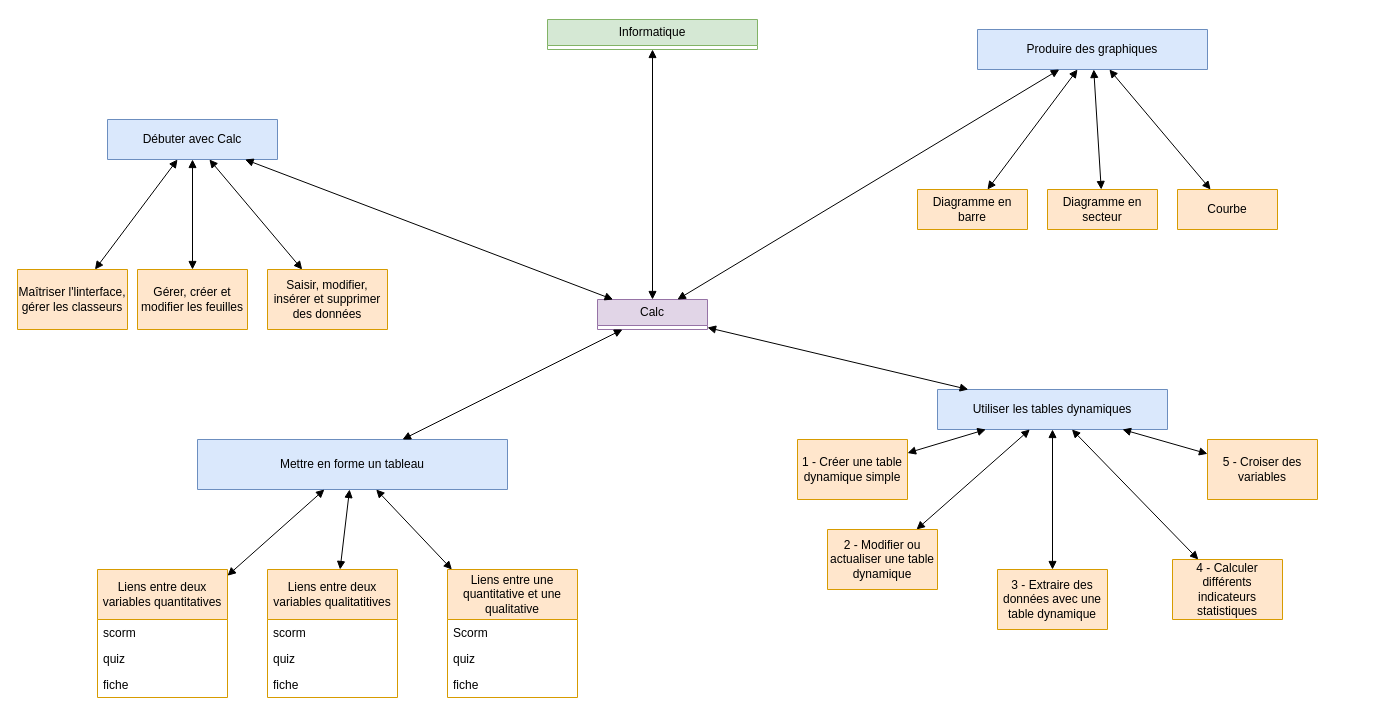
Earlier version of the draw.io diagram Calc.drawio (jean-seb-2106/pythontest). Source tidied: cells renumbered, new cells numbered last; positions are measured from the earlier drawing's top-left corner, leaving out a move shared by most shapes. Both pictures are drawn from the tidied source at 100%, with x=0, y=0 at pixel (17, 19).
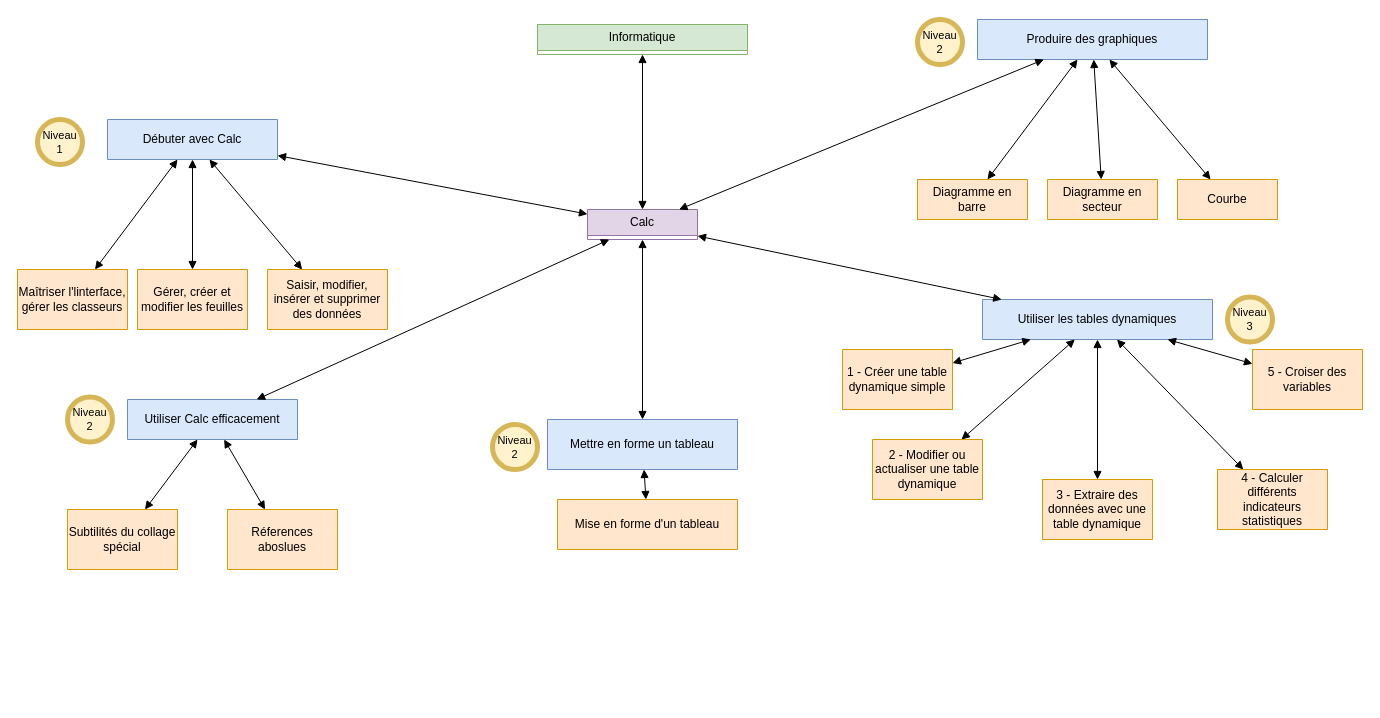
The same diagram, later.

Commit message (it also covers changes not shown here):
Mettre à jour Calc.drawio

The edit, as a diff of the source:
```diff
@@
     <mxCell id="2" value="Calc" style="swimlane;fontStyle=0;horizontal=1;startSize=26;fillColor=#e1d5e7;whiteSpace=wrap;html=1;strokeColor=#9673a6;" parent="1" vertex="1" collapsed="1">
-      <mxGeometry x="580" y="280" width="110" height="30" as="geometry" />
+      <mxGeometry x="570" y="190" width="110" height="30" as="geometry" />
     </mxCell>
@@
     <mxCell id="4" value="Informatique" style="swimlane;fontStyle=0;horizontal=1;startSize=26;fillColor=#d5e8d4;whiteSpace=wrap;html=1;strokeColor=#82b366;" parent="1" vertex="1" collapsed="1">
-      <mxGeometry x="530" width="210" height="30" as="geometry" />
+      <mxGeometry x="520" y="5" width="210" height="30" as="geometry" />
     </mxCell>
@@
     <mxCell id="7" value="Mettre en forme un tableau" style="swimlane;fontStyle=0;horizontal=1;startSize=50;fillColor=#dae8fc;whiteSpace=wrap;html=1;strokeColor=#6c8ebf;" parent="1" vertex="1" collapsed="1">
-      <mxGeometry x="180" y="420" width="310" height="50" as="geometry" />
+      <mxGeometry x="530" y="400" width="190" height="50" as="geometry" />
     </mxCell>
     <mxCell id="8" value="Produire des graphiques" style="swimlane;fontStyle=0;horizontal=1;startSize=40;fillColor=#dae8fc;whiteSpace=wrap;html=1;strokeColor=#6c8ebf;" parent="1" vertex="1" collapsed="1">
-      <mxGeometry x="960" y="10" width="230" height="40" as="geometry" />
+      <mxGeometry x="960" width="230" height="40" as="geometry" />
     </mxCell>
@@
-    <mxCell id="17" value="Liens entre deux variables quantitatives" style="swimlane;fontStyle=0;horizontal=1;startSize=50;fillColor=#ffe6cc;whiteSpace=wrap;html=1;strokeColor=#d79b00;" parent="1" vertex="1">
-      <mxGeometry x="80" y="550" width="130" height="128" as="geometry" />
-    </mxCell>
-    <mxCell id="18" value="scorm" style="text;strokeColor=none;fillColor=none;align=left;verticalAlign=top;spacingLeft=4;spacingRight=4;overflow=hidden;whiteSpace=wrap;html=1;" parent="17" vertex="1">
-      <mxGeometry y="50" width="130" height="26" as="geometry" />
-    </mxCell>
-    <mxCell id="19" value="quiz" style="text;strokeColor=none;fillColor=none;align=left;verticalAlign=top;spacingLeft=4;spacingRight=4;overflow=hidden;whiteSpace=wrap;html=1;" parent="17" vertex="1">
-      <mxGeometry y="76" width="130" height="26" as="geometry" />
-    </mxCell>
-    <mxCell id="20" value="fiche" style="text;strokeColor=none;fillColor=none;align=left;verticalAlign=top;spacingLeft=4;spacingRight=4;overflow=hidden;whiteSpace=wrap;html=1;" parent="17" vertex="1">
-      <mxGeometry y="102" width="130" height="26" as="geometry" />
-    </mxCell>
-    <mxCell id="21" value="Liens entre deux variables qualitatitives" style="swimlane;fontStyle=0;horizontal=1;startSize=50;fillColor=#ffe6cc;whiteSpace=wrap;html=1;strokeColor=#d79b00;" parent="1" vertex="1">
-      <mxGeometry x="250" y="550" width="130" height="128" as="geometry" />
+    <mxCell id="21" value="Mise en forme d'un tableau" style="swimlane;fontStyle=0;horizontal=1;startSize=50;fillColor=#ffe6cc;whiteSpace=wrap;html=1;strokeColor=#d79b00;" parent="1" vertex="1" collapsed="1">
+      <mxGeometry x="540" y="480" width="180" height="50" as="geometry" />
     </mxCell>
-    <mxCell id="22" value="scorm" style="text;strokeColor=none;fillColor=none;align=left;verticalAlign=top;spacingLeft=4;spacingRight=4;overflow=hidden;whiteSpace=wrap;html=1;" parent="21" vertex="1">
-      <mxGeometry y="50" width="130" height="26" as="geometry" />
-    </mxCell>
-    <mxCell id="23" value="quiz" style="text;strokeColor=none;fillColor=none;align=left;verticalAlign=top;spacingLeft=4;spacingRight=4;overflow=hidden;whiteSpace=wrap;html=1;" parent="21" vertex="1">
-      <mxGeometry y="76" width="130" height="26" as="geometry" />
-    </mxCell>
-    <mxCell id="24" value="fiche" style="text;strokeColor=none;fillColor=none;align=left;verticalAlign=top;spacingLeft=4;spacingRight=4;overflow=hidden;whiteSpace=wrap;html=1;" parent="21" vertex="1">
-      <mxGeometry y="102" width="130" height="26" as="geometry" />
-    </mxCell>
-    <mxCell id="25" value="Liens entre une quantitative et une qualitative" style="swimlane;fontStyle=0;horizontal=1;startSize=50;fillColor=#ffe6cc;whiteSpace=wrap;html=1;strokeColor=#d79b00;" parent="1" vertex="1">
-      <mxGeometry x="430" y="550" width="130" height="128" as="geometry" />
-    </mxCell>
-    <mxCell id="26" value="Scorm" style="text;strokeColor=none;fillColor=none;align=left;verticalAlign=top;spacingLeft=4;spacingRight=4;overflow=hidden;whiteSpace=wrap;html=1;" parent="25" vertex="1">
-      <mxGeometry y="50" width="130" height="26" as="geometry" />
-    </mxCell>
-    <mxCell id="27" value="quiz" style="text;strokeColor=none;fillColor=none;align=left;verticalAlign=top;spacingLeft=4;spacingRight=4;overflow=hidden;whiteSpace=wrap;html=1;" parent="25" vertex="1">
-      <mxGeometry y="76" width="130" height="26" as="geometry" />
-    </mxCell>
-    <mxCell id="28" value="fiche" style="text;strokeColor=none;fillColor=none;align=left;verticalAlign=top;spacingLeft=4;spacingRight=4;overflow=hidden;whiteSpace=wrap;html=1;" parent="25" vertex="1">
-      <mxGeometry y="102" width="130" height="26" as="geometry" />
-    </mxCell>
-    <mxCell id="29" style="endArrow=block;startArrow=block;endFill=1;startFill=1;html=1;rounded=0;" parent="1" edge="1" source="7" target="17">
-      <mxGeometry relative="1" as="geometry" />
-    </mxCell>
@@
-    <mxCell id="31" style="endArrow=block;startArrow=block;endFill=1;startFill=1;html=1;rounded=0;" parent="1" edge="1" source="7" target="25">
-      <mxGeometry relative="1" as="geometry" />
-    </mxCell>
     <mxCell id="32" value="Diagramme en barre" style="swimlane;fontStyle=0;horizontal=1;startSize=40;fillColor=#ffe6cc;whiteSpace=wrap;html=1;strokeColor=#d79b00;" parent="1" vertex="1" collapsed="1">
-      <mxGeometry x="900" y="170" width="110" height="40" as="geometry" />
+      <mxGeometry x="900" y="160" width="110" height="40" as="geometry" />
     </mxCell>
     <mxCell id="33" value="Diagramme en secteur" style="swimlane;fontStyle=0;horizontal=1;startSize=40;fillColor=#ffe6cc;whiteSpace=wrap;html=1;strokeColor=#d79b00;" parent="1" vertex="1" collapsed="1">
-      <mxGeometry x="1030" y="170" width="110" height="40" as="geometry" />
+      <mxGeometry x="1030" y="160" width="110" height="40" as="geometry" />
     </mxCell>
     <mxCell id="34" value="Courbe" style="swimlane;fontStyle=0;horizontal=1;startSize=40;fillColor=#ffe6cc;whiteSpace=wrap;html=1;strokeColor=#d79b00;" parent="1" vertex="1" collapsed="1">
-      <mxGeometry x="1160" y="170" width="100" height="40" as="geometry" />
+      <mxGeometry x="1160" y="160" width="100" height="40" as="geometry" />
     </mxCell>
@@
     <mxCell id="38" value="Utiliser les tables dynamiques" style="swimlane;fontStyle=0;horizontal=1;startSize=40;fillColor=#dae8fc;whiteSpace=wrap;html=1;strokeColor=#6c8ebf;" parent="1" vertex="1" collapsed="1">
-      <mxGeometry x="920" y="370" width="230" height="40" as="geometry" />
+      <mxGeometry x="965" y="280" width="230" height="40" as="geometry" />
     </mxCell>
     <mxCell id="39" value="1 - Créer une table dynamique simple" style="swimlane;fontStyle=0;horizontal=1;startSize=60;fillColor=#ffe6cc;whiteSpace=wrap;html=1;strokeColor=#d79b00;" parent="1" vertex="1" collapsed="1">
-      <mxGeometry x="780" y="420" width="110" height="60" as="geometry" />
+      <mxGeometry x="825" y="330" width="110" height="60" as="geometry" />
     </mxCell>
@@
     <mxCell id="44" value="2 - Modifier ou actualiser une table dynamique" style="swimlane;fontStyle=0;horizontal=1;startSize=60;fillColor=#ffe6cc;whiteSpace=wrap;html=1;strokeColor=#d79b00;" parent="1" vertex="1" collapsed="1">
-      <mxGeometry x="810" y="510" width="110" height="60" as="geometry" />
+      <mxGeometry x="855" y="420" width="110" height="60" as="geometry" />
     </mxCell>
     <mxCell id="45" value="3 - Extraire des données avec une table dynamique" style="swimlane;fontStyle=0;horizontal=1;startSize=60;fillColor=#ffe6cc;whiteSpace=wrap;html=1;strokeColor=#d79b00;" parent="1" vertex="1" collapsed="1">
-      <mxGeometry x="980" y="550" width="110" height="60" as="geometry" />
+      <mxGeometry x="1025" y="460" width="110" height="60" as="geometry" />
     </mxCell>
     <mxCell id="46" value="4 - Calculer différents indicateurs statistiques" style="swimlane;fontStyle=0;horizontal=1;startSize=60;fillColor=#ffe6cc;whiteSpace=wrap;html=1;strokeColor=#d79b00;" parent="1" vertex="1" collapsed="1">
-      <mxGeometry x="1155" y="540" width="110" height="60" as="geometry" />
+      <mxGeometry x="1200" y="450" width="110" height="60" as="geometry" />
     </mxCell>
     <mxCell id="47" value="5 - Croiser des variables" style="swimlane;fontStyle=0;horizontal=1;startSize=60;fillColor=#ffe6cc;whiteSpace=wrap;html=1;strokeColor=#d79b00;" parent="1" vertex="1" collapsed="1">
-      <mxGeometry x="1190" y="420" width="110" height="60" as="geometry" />
+      <mxGeometry x="1235" y="330" width="110" height="60" as="geometry" />
     </mxCell>
@@
+    <mxCell id="50" value="Utiliser Calc efficacement" style="swimlane;fontStyle=0;horizontal=1;startSize=40;fillColor=#dae8fc;whiteSpace=wrap;html=1;strokeColor=#6c8ebf;" parent="1" vertex="1" collapsed="1">
+      <mxGeometry x="110" y="380" width="170" height="40" as="geometry" />
+    </mxCell>
+    <mxCell id="51" style="endArrow=block;startArrow=block;endFill=1;startFill=1;html=1;rounded=0;" parent="1" edge="1" source="50" target="53">
+      <mxGeometry relative="1" as="geometry" />
+    </mxCell>
+    <mxCell id="52" style="endArrow=block;startArrow=block;endFill=1;startFill=1;html=1;rounded=0;" parent="1" edge="1" source="50" target="54">
+      <mxGeometry relative="1" as="geometry" />
+    </mxCell>
+    <mxCell id="53" value="Subtilités du collage spécial" style="swimlane;fontStyle=0;horizontal=1;startSize=60;fillColor=#ffe6cc;whiteSpace=wrap;html=1;strokeColor=#d79b00;" parent="1" vertex="1" collapsed="1">
+      <mxGeometry x="50" y="490" width="110" height="60" as="geometry" />
+    </mxCell>
+    <mxCell id="54" value="Réferences aboslues" style="swimlane;fontStyle=0;horizontal=1;startSize=60;fillColor=#ffe6cc;whiteSpace=wrap;html=1;strokeColor=#d79b00;" parent="1" vertex="1" collapsed="1">
+      <mxGeometry x="210" y="490" width="110" height="60" as="geometry" />
+    </mxCell>
+    <mxCell id="55" style="endArrow=block;startArrow=block;endFill=1;startFill=1;html=1;rounded=0;" parent="1" edge="1" source="2" target="50">
+      <mxGeometry relative="1" as="geometry" />
+    </mxCell>
+    <mxCell id="56" value="Niveau 1" style="ellipse;whiteSpace=wrap;html=1;fillColor=#fff2cc;strokeColor=#d6b656;fontSize=11;strokeWidth=5;" parent="1" vertex="1">
+      <mxGeometry x="20" y="100" width="45" height="45" as="geometry" />
+    </mxCell>
+    <mxCell id="57" value="Niveau 2" style="ellipse;whiteSpace=wrap;html=1;fillColor=#fff2cc;strokeColor=#d6b656;fontSize=11;strokeWidth=5;" parent="1" vertex="1">
+      <mxGeometry x="50" y="377.5" width="45" height="45" as="geometry" />
+    </mxCell>
+    <mxCell id="58" value="Niveau 2" style="ellipse;whiteSpace=wrap;html=1;fillColor=#fff2cc;strokeColor=#d6b656;fontSize=11;strokeWidth=5;" parent="1" vertex="1">
+      <mxGeometry x="475" y="405" width="45" height="45" as="geometry" />
+    </mxCell>
+    <mxCell id="59" value="Niveau 2" style="ellipse;whiteSpace=wrap;html=1;fillColor=#fff2cc;strokeColor=#d6b656;fontSize=11;strokeWidth=5;" parent="1" vertex="1">
+      <mxGeometry x="900" width="45" height="45" as="geometry" />
+    </mxCell>
+    <mxCell id="60" value="Niveau 3" style="ellipse;whiteSpace=wrap;html=1;fillColor=#fff2cc;strokeColor=#d6b656;fontSize=11;strokeWidth=5;" parent="1" vertex="1">
+      <mxGeometry x="1210" y="277.5" width="45" height="45" as="geometry" />
+    </mxCell>
```
